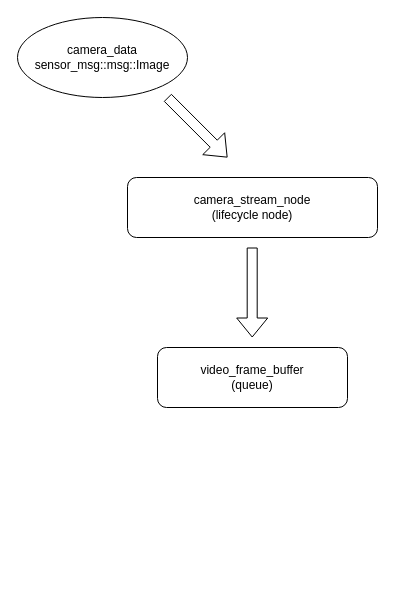
The draw.io diagram page "rtsp streamer 数据处理" (1 of 2) of d5相关.drawio in Jev0987/drawioFile, before the edit. Source tidied: cells renumbered, new cells numbered last; positions are measured from the earlier drawing's top-left corner, leaving out a move shared by most shapes. Both pictures are drawn from the tidied source at 100%, with x=0, y=0 at pixel (17, 17).
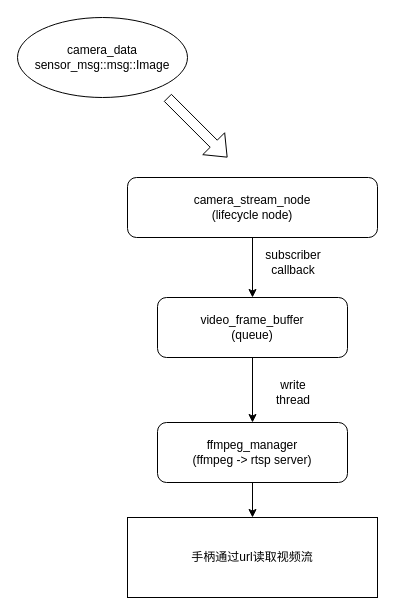
After the change.

Diff of the diagram source:
```diff
@@
 <mxGraphModel>
   <root>
     <mxCell id="0" />
     <mxCell id="1" parent="0" />
     <mxCell id="2" value="camera_data&lt;div&gt;sensor_msg::msg::Image&lt;/div&gt;" style="ellipse;whiteSpace=wrap;html=1;" parent="1" vertex="1">
       <mxGeometry width="170" height="80" as="geometry" />
     </mxCell>
+    <mxCell id="7" style="edgeStyle=orthogonalEdgeStyle;rounded=0;jettySize=auto;html=1;exitX=0.5;exitY=1;exitDx=0;exitDy=0;entryX=0.5;entryY=0;entryDx=0;entryDy=0;" parent="1" edge="1" source="3" target="5">
+      <mxGeometry relative="1" as="geometry" />
+    </mxCell>
     <mxCell id="3" value="camera_stream_node&lt;div&gt;(lifecycle node)&lt;/div&gt;" style="rounded=1;whiteSpace=wrap;html=1;" parent="1" vertex="1">
       <mxGeometry x="110" y="160" width="250" height="60" as="geometry" />
     </mxCell>
     <mxCell id="4" style="shape=flexArrow;endArrow=classic;html=1;rounded=0;" parent="1" edge="1">
       <mxGeometry relative="1" as="geometry">
         <mxPoint x="150" y="80" as="sourcePoint" />
         <mxPoint x="210" y="140" as="targetPoint" />
       </mxGeometry>
     </mxCell>
+    <mxCell id="8" style="edgeStyle=orthogonalEdgeStyle;rounded=0;jettySize=auto;html=1;exitX=0.5;exitY=1;exitDx=0;exitDy=0;entryX=0.5;entryY=0;entryDx=0;entryDy=0;" parent="1" edge="1" source="5" target="10">
+      <mxGeometry relative="1" as="geometry" />
+    </mxCell>
     <mxCell id="5" value="video_frame_buffer&lt;br&gt;(queue)" style="rounded=1;whiteSpace=wrap;html=1;" parent="1" vertex="1">
-      <mxGeometry x="140" y="330" width="190" height="60" as="geometry" />
+      <mxGeometry x="140" y="280" width="190" height="60" as="geometry" />
     </mxCell>
-    <mxCell id="6" style="shape=flexArrow;endArrow=classic;html=1;rounded=0;" parent="1" edge="1">
-      <mxGeometry relative="1" as="geometry">
-        <mxPoint x="234.7" y="230" as="sourcePoint" />
-        <mxPoint x="234.7" y="320" as="targetPoint" />
-      </mxGeometry>
-    </mxCell>
+    <mxCell id="9" style="edgeStyle=orthogonalEdgeStyle;rounded=0;jettySize=auto;html=1;exitX=0.5;exitY=1;exitDx=0;exitDy=0;entryX=0.5;entryY=0;entryDx=0;entryDy=0;" parent="1" edge="1" source="10" target="11">
+      <mxGeometry relative="1" as="geometry" />
+    </mxCell>
+    <mxCell id="10" value="ffmpeg_manager&lt;div&gt;(ffmpeg -&amp;gt; rtsp server)&lt;/div&gt;" style="rounded=1;whiteSpace=wrap;html=1;" parent="1" vertex="1">
+      <mxGeometry x="140" y="405" width="190" height="60" as="geometry" />
+    </mxCell>
+    <mxCell id="11" value="手柄通过url读取视频流" style="rounded=0;whiteSpace=wrap;html=1;" parent="1" vertex="1">
+      <mxGeometry x="110" y="500" width="250" height="80" as="geometry" />
+    </mxCell>
+    <mxCell id="12" value="subscriber callback" style="text;html=1;whiteSpace=wrap;strokeColor=none;fillColor=none;align=center;verticalAlign=middle;rounded=0;" parent="1" vertex="1">
+      <mxGeometry x="246" y="230" width="60" height="30" as="geometry" />
+    </mxCell>
+    <mxCell id="13" value="write thread" style="text;html=1;whiteSpace=wrap;strokeColor=none;fillColor=none;align=center;verticalAlign=middle;rounded=0;" parent="1" vertex="1">
+      <mxGeometry x="246" y="360" width="60" height="30" as="geometry" />
+    </mxCell>
   </root>
 </mxGraphModel>
```
